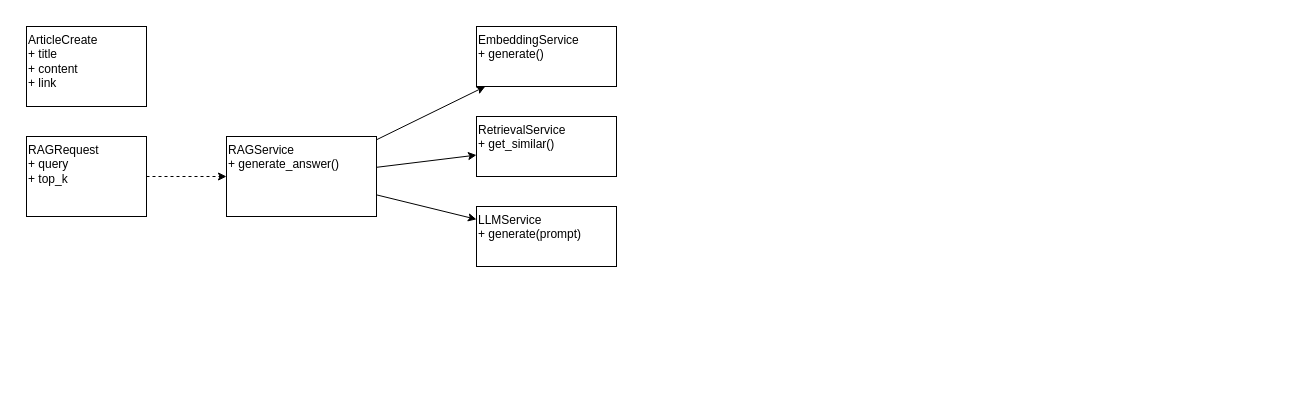
Earlier version of the draw.io diagram ai-service/docs/04-class-diagram.drawio (rooneyi/rdc-news-intelligence). Source tidied: cells renumbered, new cells numbered last; positions are measured from the earlier drawing's top-left corner, leaving out a move shared by most shapes. Both pictures are drawn from the tidied source at 100%, with x=0, y=0 at pixel (26, 26).
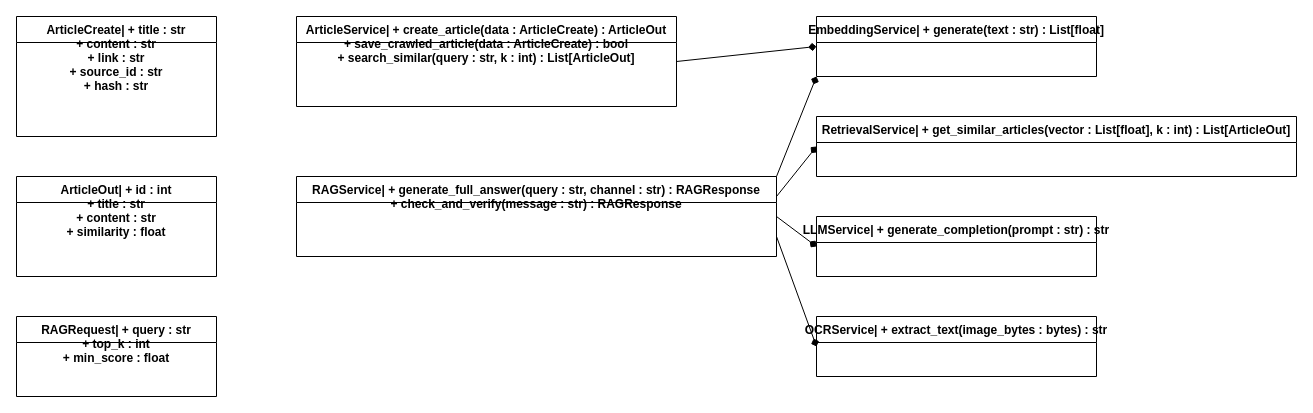
After the change.

The edit, as a diff of the source:
```diff
@@
-<mxGraphModel>
+<mxGraphModel background="#ffffff">
   <root>
-    <mxCell id="0" />
-    <mxCell id="1" parent="0" />
-    <mxCell id="2" value="ArticleCreate&#10;+ title&#10;+ content&#10;+ link" style="rounded=0;whiteSpace=wrap;html=1;fillColor=#ffffff;strokeColor=#000000;fontColor=#000000;align=left;verticalAlign=top;" parent="1" vertex="1">
-      <mxGeometry width="120" height="80" as="geometry" />
-    </mxCell>
-    <mxCell id="3" value="RAGRequest&#10;+ query&#10;+ top_k" style="rounded=0;whiteSpace=wrap;html=1;fillColor=#ffffff;strokeColor=#000000;fontColor=#000000;align=left;verticalAlign=top;" parent="1" vertex="1">
-      <mxGeometry y="110" width="120" height="80" as="geometry" />
-    </mxCell>
-    <mxCell id="4" value="RAGService&#10;+ generate_answer()" style="rounded=0;whiteSpace=wrap;html=1;fillColor=#ffffff;strokeColor=#000000;fontColor=#000000;align=left;verticalAlign=top;" parent="1" vertex="1">
-      <mxGeometry x="200" y="110" width="150" height="80" as="geometry" />
-    </mxCell>
-    <mxCell id="5" value="EmbeddingService&#10;+ generate()" style="rounded=0;whiteSpace=wrap;html=1;fillColor=#ffffff;strokeColor=#000000;fontColor=#000000;align=left;verticalAlign=top;" parent="1" vertex="1">
-      <mxGeometry x="450" width="140" height="60" as="geometry" />
-    </mxCell>
-    <mxCell id="6" value="RetrievalService&#10;+ get_similar()" style="rounded=0;whiteSpace=wrap;html=1;fillColor=#ffffff;strokeColor=#000000;fontColor=#000000;align=left;verticalAlign=top;" parent="1" vertex="1">
-      <mxGeometry x="450" y="90" width="140" height="60" as="geometry" />
-    </mxCell>
-    <mxCell id="7" value="LLMService&#10;+ generate(prompt)" style="rounded=0;whiteSpace=wrap;html=1;fillColor=#ffffff;strokeColor=#000000;fontColor=#000000;align=left;verticalAlign=top;" parent="1" vertex="1">
-      <mxGeometry x="450" y="180" width="140" height="60" as="geometry" />
-    </mxCell>
-    <mxCell id="8" style="endArrow=classic;html=1;strokeColor=#000000;fontColor=#000000;dashed=1;" parent="1" edge="1" source="3" target="4">
-      <mxGeometry relative="1" as="geometry" />
-    </mxCell>
-    <mxCell id="9" style="endArrow=classic;html=1;strokeColor=#000000;fontColor=#000000;" parent="1" edge="1" source="4" target="5">
-      <mxGeometry relative="1" as="geometry" />
-    </mxCell>
-    <mxCell id="10" style="endArrow=classic;html=1;strokeColor=#000000;fontColor=#000000;" parent="1" edge="1" source="4" target="6">
-      <mxGeometry relative="1" as="geometry" />
-    </mxCell>
-    <mxCell id="11" style="endArrow=classic;html=1;strokeColor=#000000;fontColor=#000000;" parent="1" edge="1" source="4" target="7">
-      <mxGeometry relative="1" as="geometry" />
-    </mxCell>
+    <mxCell id="12" />
+    <mxCell id="13" parent="12" />
+    <mxCell id="14" value="ArticleCreate| + title : str&#10;+ content : str&#10;+ link : str&#10;+ source_id : str&#10;+ hash : str" style="swimlane;fontStyle=1;align=center;verticalAlign=top;horizontal=1;startSize=26;fillColor=#ffffff;strokeColor=#000000;fontColor=#000000;" parent="13" vertex="1">
+      <mxGeometry x="-10" y="-10" width="200" height="120" as="geometry" />
+    </mxCell>
+    <mxCell id="15" value="ArticleOut| + id : int&#10;+ title : str&#10;+ content : str&#10;+ similarity : float" style="swimlane;fontStyle=1;align=center;verticalAlign=top;horizontal=1;startSize=26;fillColor=#ffffff;strokeColor=#000000;fontColor=#000000;" parent="13" vertex="1">
+      <mxGeometry x="-10" y="150" width="200" height="100" as="geometry" />
+    </mxCell>
+    <mxCell id="16" value="RAGRequest| + query : str&#10;+ top_k : int&#10;+ min_score : float" style="swimlane;fontStyle=1;align=center;verticalAlign=top;horizontal=1;startSize=26;fillColor=#ffffff;strokeColor=#000000;fontColor=#000000;" parent="13" vertex="1">
+      <mxGeometry x="-10" y="290" width="200" height="80" as="geometry" />
+    </mxCell>
+    <mxCell id="17" value="ArticleService| + create_article(data : ArticleCreate) : ArticleOut&#10;+ save_crawled_article(data : ArticleCreate) : bool&#10;+ search_similar(query : str, k : int) : List[ArticleOut]" style="swimlane;fontStyle=1;align=center;verticalAlign=top;horizontal=1;startSize=26;fillColor=#ffffff;strokeColor=#000000;fontColor=#000000;" parent="13" vertex="1">
+      <mxGeometry x="270" y="-10" width="380" height="90" as="geometry" />
+    </mxCell>
+    <mxCell id="18" value="RAGService| + generate_full_answer(query : str, channel : str) : RAGResponse&#10;+ check_and_verify(message : str) : RAGResponse" style="swimlane;fontStyle=1;align=center;verticalAlign=top;horizontal=1;startSize=26;fillColor=#ffffff;strokeColor=#000000;fontColor=#000000;" parent="13" vertex="1">
+      <mxGeometry x="270" y="150" width="480" height="80" as="geometry" />
+    </mxCell>
+    <mxCell id="19" value="EmbeddingService| + generate(text : str) : List[float]" style="swimlane;fontStyle=1;align=center;verticalAlign=top;horizontal=1;startSize=26;fillColor=#ffffff;strokeColor=#000000;fontColor=#000000;" parent="13" vertex="1">
+      <mxGeometry x="790" y="-10" width="280" height="60" as="geometry" />
+    </mxCell>
+    <mxCell id="20" value="RetrievalService| + get_similar_articles(vector : List[float], k : int) : List[ArticleOut]" style="swimlane;fontStyle=1;align=center;verticalAlign=top;horizontal=1;startSize=26;fillColor=#ffffff;strokeColor=#000000;fontColor=#000000;" parent="13" vertex="1">
+      <mxGeometry x="790" y="90" width="480" height="60" as="geometry" />
+    </mxCell>
+    <mxCell id="21" value="LLMService| + generate_completion(prompt : str) : str" style="swimlane;fontStyle=1;align=center;verticalAlign=top;horizontal=1;startSize=26;fillColor=#ffffff;strokeColor=#000000;fontColor=#000000;" parent="13" vertex="1">
+      <mxGeometry x="790" y="190" width="280" height="60" as="geometry" />
+    </mxCell>
+    <mxCell id="22" value="OCRService| + extract_text(image_bytes : bytes) : str" style="swimlane;fontStyle=1;align=center;verticalAlign=top;horizontal=1;startSize=26;fillColor=#ffffff;strokeColor=#000000;fontColor=#000000;" parent="13" vertex="1">
+      <mxGeometry x="790" y="290" width="280" height="60" as="geometry" />
+    </mxCell>
+    <mxCell id="23" style="endArrow=diamond;endFill=1;html=1;exitX=1;exitY=0.5;entryX=0;entryY=0.5;strokeColor=#000000;" parent="13" edge="1" source="17" target="19">
+      <mxGeometry relative="1" as="geometry" />
+    </mxCell>
+    <mxCell id="24" style="endArrow=diamond;endFill=1;html=1;exitX=1;exitY=0;entryX=0;entryY=1;strokeColor=#000000;" parent="13" edge="1" source="18" target="19">
+      <mxGeometry relative="1" as="geometry" />
+    </mxCell>
+    <mxCell id="25" style="endArrow=diamond;endFill=1;html=1;exitX=1;exitY=0.25;entryX=0;entryY=0.5;strokeColor=#000000;" parent="13" edge="1" source="18" target="20">
+      <mxGeometry relative="1" as="geometry" />
+    </mxCell>
+    <mxCell id="26" style="endArrow=diamond;endFill=1;html=1;exitX=1;exitY=0.5;entryX=0;entryY=0.5;strokeColor=#000000;" parent="13" edge="1" source="18" target="21">
+      <mxGeometry relative="1" as="geometry" />
+    </mxCell>
+    <mxCell id="27" style="endArrow=diamond;endFill=1;html=1;exitX=1;exitY=0.75;entryX=0;entryY=0.5;strokeColor=#000000;" parent="13" edge="1" source="18" target="22">
+      <mxGeometry relative="1" as="geometry" />
+    </mxCell>
   </root>
 </mxGraphModel>
```
